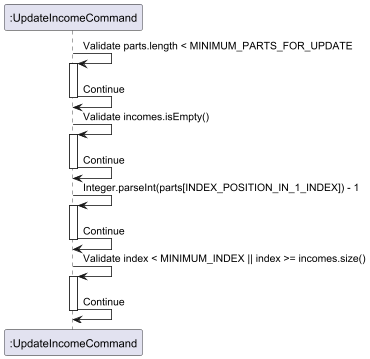
The PlantUML diagram docs/diagrams/ParseInputAndValidateIndex.png in thienkimtranhoang/tp, before a commit.
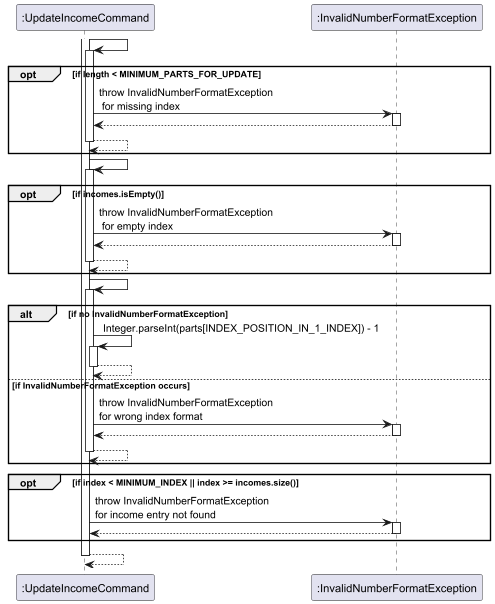
The same diagram one commit later.

Commit message:
update UML diag for ParseInputAndValidateIndex

Change to the diagram source:
```diff
@@ -1,24 +1,60 @@
 @startuml
 participant ":UpdateIncomeCommand" as UpdateIncomeCommand
+participant ":InvalidNumberFormatException" as InvalidNumberFormatException
 
-UpdateIncomeCommand -> UpdateIncomeCommand: Validate parts.length < MINIMUM_PARTS_FOR_UPDATE
 activate UpdateIncomeCommand
-UpdateIncomeCommand -> UpdateIncomeCommand: Continue
+UpdateIncomeCommand -> UpdateIncomeCommand
+activate UpdateIncomeCommand
+opt if length < MINIMUM_PARTS_FOR_UPDATE
+UpdateIncomeCommand -> InvalidNumberFormatException : throw InvalidNumberFormatException\n for missing index
+activate InvalidNumberFormatException
+InvalidNumberFormatException --> UpdateIncomeCommand
+deactivate InvalidNumberFormatException
+UpdateIncomeCommand --> UpdateIncomeCommand
+deactivate UpdateIncomeCommand
+end
+
+
+
+UpdateIncomeCommand -> UpdateIncomeCommand
+activate UpdateIncomeCommand
+
+opt if incomes.isEmpty()
+UpdateIncomeCommand -> InvalidNumberFormatException : throw InvalidNumberFormatException\n for empty index
+activate InvalidNumberFormatException
+InvalidNumberFormatException --> UpdateIncomeCommand
+deactivate InvalidNumberFormatException
+UpdateIncomeCommand --> UpdateIncomeCommand
+deactivate UpdateIncomeCommand
+end
+
+
+UpdateIncomeCommand -> UpdateIncomeCommand
+activate UpdateIncomeCommand
+alt if no InvalidNumberFormatException
+UpdateIncomeCommand -> UpdateIncomeCommand: Integer.parseInt(parts[INDEX_POSITION_IN_1_INDEX]) - 1
+activate UpdateIncomeCommand
+UpdateIncomeCommand --> UpdateIncomeCommand
+deactivate UpdateIncomeCommand
+else if InvalidNumberFormatException occurs
+UpdateIncomeCommand -> InvalidNumberFormatException : throw InvalidNumberFormatException\nfor wrong index format
+activate InvalidNumberFormatException
+InvalidNumberFormatException --> UpdateIncomeCommand
+deactivate InvalidNumberFormatException
+UpdateIncomeCommand --> UpdateIncomeCommand
+deactivate UpdateIncomeCommand
+end
+
+
+opt if index < MINIMUM_INDEX || index >= incomes.size()
+UpdateIncomeCommand -> InvalidNumberFormatException: throw InvalidNumberFormatException\nfor income entry not found
+activate InvalidNumberFormatException
+InvalidNumberFormatException --> UpdateIncomeCommand
+deactivate InvalidNumberFormatException
+end
+UpdateIncomeCommand --> UpdateIncomeCommand
 deactivate UpdateIncomeCommand
 
-UpdateIncomeCommand -> UpdateIncomeCommand: Validate incomes.isEmpty()
-activate UpdateIncomeCommand
-UpdateIncomeCommand -> UpdateIncomeCommand: Continue
-deactivate UpdateIncomeCommand
 
-UpdateIncomeCommand -> UpdateIncomeCommand: Integer.parseInt(parts[INDEX_POSITION_IN_1_INDEX]) - 1
-activate UpdateIncomeCommand
-UpdateIncomeCommand -> UpdateIncomeCommand: Continue
-deactivate UpdateIncomeCommand
-
-UpdateIncomeCommand -> UpdateIncomeCommand: Validate index < MINIMUM_INDEX || index >= incomes.size()
-activate UpdateIncomeCommand
-UpdateIncomeCommand -> UpdateIncomeCommand: Continue
-deactivate UpdateIncomeCommand
 
 @enduml
```
